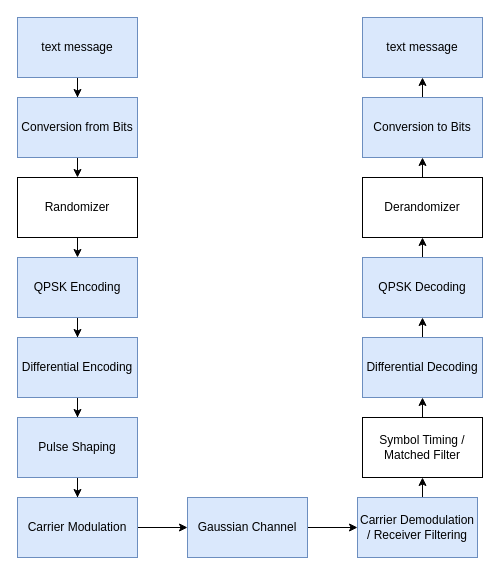
The draw.io diagram Diagrams/Simulation2.drawio in Abdob/QPSK, before the edit. Source tidied: cells renumbered, new cells numbered last; positions are measured from the earlier drawing's top-left corner, leaving out a move shared by most shapes. Both pictures are drawn from the tidied source at 100%, with x=0, y=0 at pixel (17, 17).
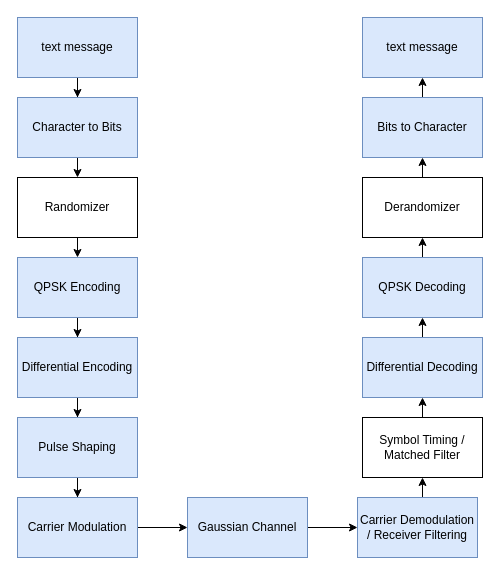
After the change.

Change to the diagram source:
```diff
@@
-    <mxCell id="5" value="Conversion from Bits" style="rounded=0;whiteSpace=wrap;html=1;fillColor=#dae8fc;strokeColor=#6c8ebf;" parent="1" vertex="1">
+    <mxCell id="5" value="Character to Bits&lt;br&gt;" style="rounded=0;whiteSpace=wrap;html=1;fillColor=#dae8fc;strokeColor=#6c8ebf;" parent="1" vertex="1">
       <mxGeometry y="80" width="120" height="60" as="geometry" />
     </mxCell>
@@
-    <mxCell id="20" value="Conversion to Bits" style="rounded=0;whiteSpace=wrap;html=1;fillColor=#dae8fc;strokeColor=#6c8ebf;" parent="1" vertex="1">
+    <mxCell id="20" value="Bits to Character&lt;br&gt;" style="rounded=0;whiteSpace=wrap;html=1;fillColor=#dae8fc;strokeColor=#6c8ebf;" parent="1" vertex="1">
       <mxGeometry x="345" y="80" width="120" height="60" as="geometry" />
     </mxCell>
```
